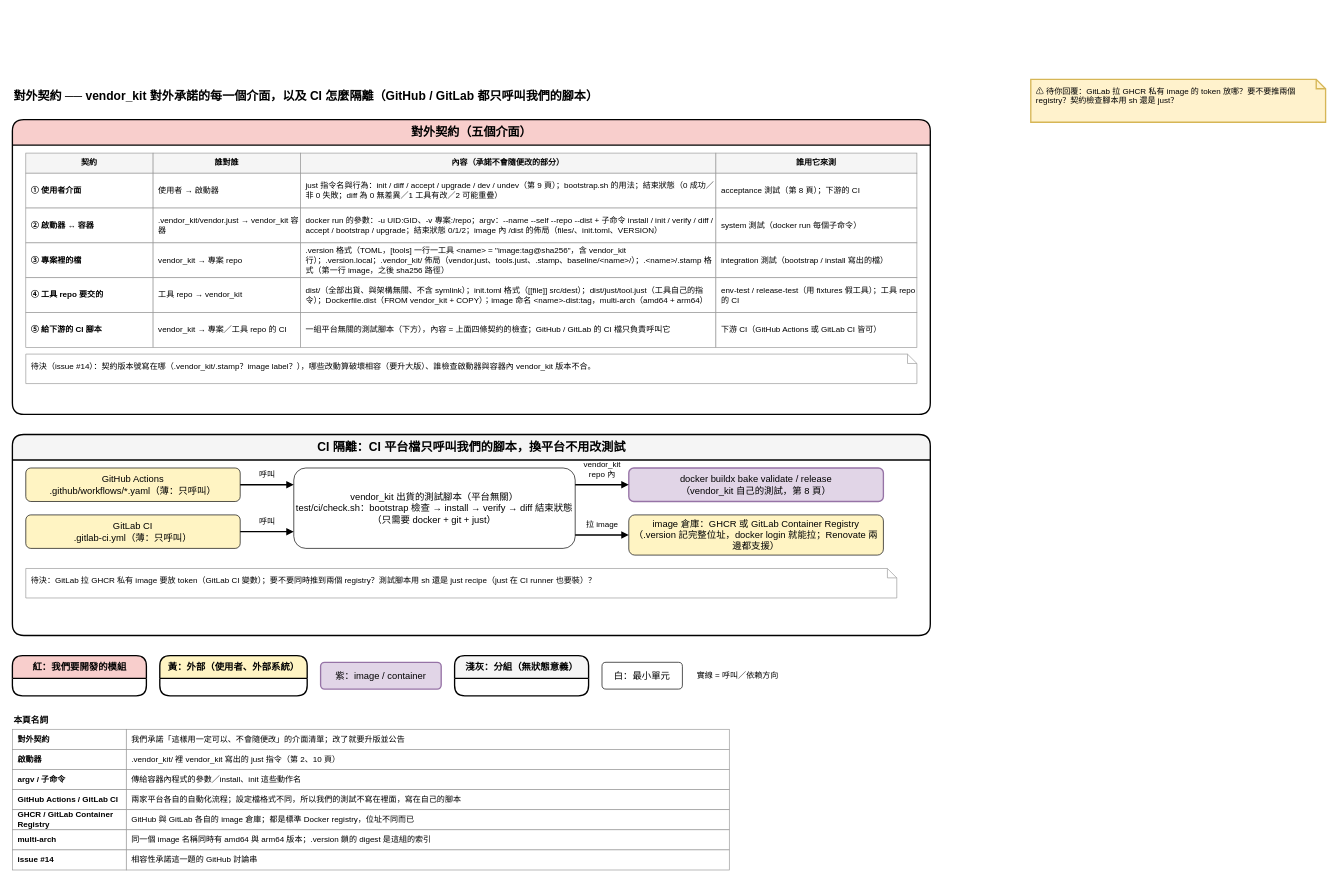
The draw.io diagram page "12. 對外契約與 CI 隔離" (12 of 12) of dist_distribution.drawio in ycpss91255-research/vendor_kit, before the edit. Source tidied: cells renumbered, new cells numbered last; positions are measured from the earlier drawing's top-left corner, leaving out a move shared by most shapes. Both pictures are drawn from the tidied source at 67%, with x=0, y=0 at pixel (12, 79).
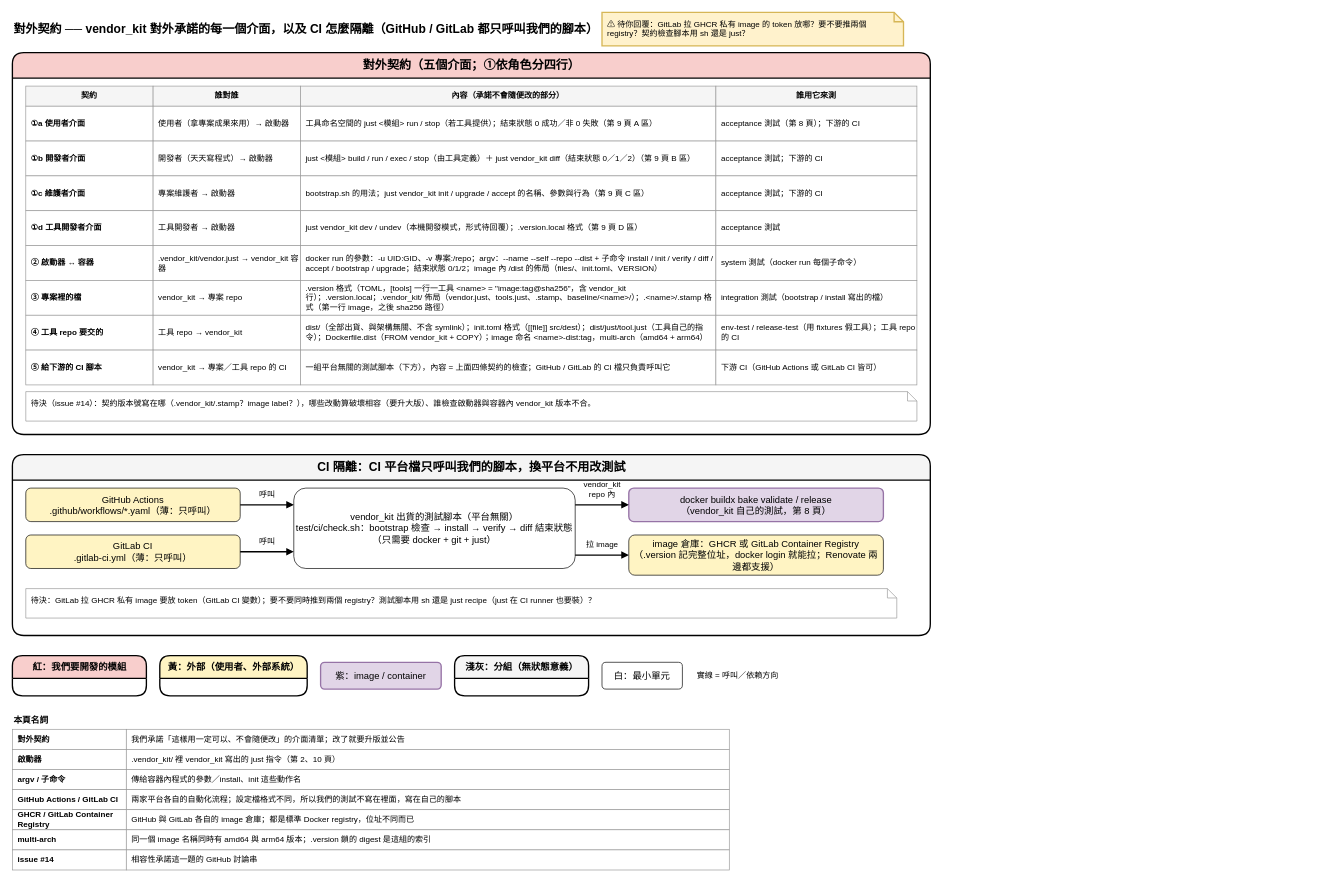
The same diagram, later.

What changed in the source:
```diff
@@
     <mxCell id="2" value="對外契約 ── vendor_kit 對外承諾的每一個介面，以及 CI 怎麼隔離（GitHub / GitLab 都只呼叫我們的腳本）" style="text;html=1;fontSize=18;fontStyle=1;align=left;verticalAlign=middle;" parent="1" vertex="1">
-      <mxGeometry y="10" width="1500" height="30" as="geometry" />
+      <mxGeometry y="-90" width="860" height="30" as="geometry" />
     </mxCell>
     <mxCell id="3" value="⚠ 待你回覆：GitLab 拉 GHCR 私有 image 的 token 放哪？要不要推兩個 registry？契約檢查腳本用 sh 還是 just？" style="shape=note;whiteSpace=wrap;html=1;size=14;fillColor=#fff2cc;strokeColor=#d6b656;strokeWidth=2;align=left;verticalAlign=top;spacingLeft=6;spacingTop=4;fontSize=12;" parent="1" vertex="1">
-      <mxGeometry x="1520" width="440" height="64" as="geometry" />
+      <mxGeometry x="880" y="-100" width="450" height="50" as="geometry" />
     </mxCell>
-    <mxCell id="4" value="對外契約（五個介面）" style="swimlane;html=1;rounded=1;startSize=38;fontStyle=1;fontSize=18;fillColor=#f8cecc;swimlaneFillColor=#ffffff;strokeColor=#000000;strokeWidth=2;" parent="1" vertex="1">
-      <mxGeometry y="60" width="1370" height="440" as="geometry" />
+    <mxCell id="4" value="對外契約（五個介面；①依角色分四行）" style="swimlane;html=1;rounded=1;startSize=38;fontStyle=1;fontSize=18;fillColor=#f8cecc;swimlaneFillColor=#ffffff;strokeColor=#000000;strokeWidth=2;" parent="1" vertex="1">
+      <mxGeometry y="-40" width="1370" height="570" as="geometry" />
     </mxCell>
@@
-    <mxCell id="9" value="① 使用者介面" style="rounded=0;whiteSpace=wrap;html=1;fillColor=#ffffff;strokeColor=#999999;fontSize=12;align=left;spacingLeft=6;strokeWidth=1;fontStyle=1;" parent="4" vertex="1">
+    <mxCell id="9" value="①a 使用者介面" style="rounded=0;whiteSpace=wrap;html=1;fillColor=#ffffff;strokeColor=#999999;fontSize=12;align=left;spacingLeft=6;strokeWidth=1;fontStyle=1;" parent="4" vertex="1">
       <mxGeometry x="20" y="80" width="190" height="52" as="geometry" />
     </mxCell>
-    <mxCell id="10" value="使用者 → 啟動器" style="rounded=0;whiteSpace=wrap;html=1;fillColor=#ffffff;strokeColor=#999999;fontSize=12;align=left;spacingLeft=6;strokeWidth=1;" parent="4" vertex="1">
+    <mxCell id="10" value="使用者（拿專案成果來用）→ 啟動器" style="rounded=0;whiteSpace=wrap;html=1;fillColor=#ffffff;strokeColor=#999999;fontSize=12;align=left;spacingLeft=6;strokeWidth=1;" parent="4" vertex="1">
       <mxGeometry x="210" y="80" width="220" height="52" as="geometry" />
     </mxCell>
-    <mxCell id="11" value="just 指令名與行為：init / diff / accept / upgrade / dev / undev（第 9 頁）；bootstrap.sh 的用法；結束狀態（0 成功／非 0 失敗；diff 為 0 無差異／1 工具有改／2 可能重疊）" style="rounded=0;whiteSpace=wrap;html=1;fillColor=#ffffff;strokeColor=#999999;fontSize=12;align=left;spacingLeft=6;strokeWidth=1;" parent="4" vertex="1">
+    <mxCell id="11" value="工具命名空間的 just &amp;lt;模組&amp;gt; run / stop（若工具提供）；結束狀態 0 成功／非 0 失敗（第 9 頁 A 區）" style="rounded=0;whiteSpace=wrap;html=1;fillColor=#ffffff;strokeColor=#999999;fontSize=12;align=left;spacingLeft=6;strokeWidth=1;" parent="4" vertex="1">
       <mxGeometry x="430" y="80" width="620" height="52" as="geometry" />
     </mxCell>
@@
-    <mxCell id="13" value="② 啟動器 ↔ 容器" style="rounded=0;whiteSpace=wrap;html=1;fillColor=#ffffff;strokeColor=#999999;fontSize=12;align=left;spacingLeft=6;strokeWidth=1;fontStyle=1;" parent="4" vertex="1">
+    <mxCell id="13" value="①b 開發者介面" style="rounded=0;whiteSpace=wrap;html=1;fillColor=#ffffff;strokeColor=#999999;fontSize=12;align=left;spacingLeft=6;strokeWidth=1;fontStyle=1;" parent="4" vertex="1">
       <mxGeometry x="20" y="132" width="190" height="52" as="geometry" />
     </mxCell>
-    <mxCell id="14" value=".vendor_kit/vendor.just → vendor_kit 容器" style="rounded=0;whiteSpace=wrap;html=1;fillColor=#ffffff;strokeColor=#999999;fontSize=12;align=left;spacingLeft=6;strokeWidth=1;" parent="4" vertex="1">
+    <mxCell id="14" value="開發者（天天寫程式）→ 啟動器" style="rounded=0;whiteSpace=wrap;html=1;fillColor=#ffffff;strokeColor=#999999;fontSize=12;align=left;spacingLeft=6;strokeWidth=1;" parent="4" vertex="1">
       <mxGeometry x="210" y="132" width="220" height="52" as="geometry" />
     </mxCell>
-    <mxCell id="15" value="docker run 的參數：-u UID:GID、-v 專案:/repo；argv：--name --self --repo --dist + 子命令 install / init / verify / diff / accept / bootstrap / upgrade；結束狀態 0/1/2；image 內 /dist 的佈局（files/、init.toml、VERSION）" style="rounded=0;whiteSpace=wrap;html=1;fillColor=#ffffff;strokeColor=#999999;fontSize=12;align=left;spacingLeft=6;strokeWidth=1;" parent="4" vertex="1">
+    <mxCell id="15" value="just &amp;lt;模組&amp;gt; build / run / exec / stop（由工具定義）＋ just vendor_kit diff（結束狀態 0／1／2）（第 9 頁 B 區）" style="rounded=0;whiteSpace=wrap;html=1;fillColor=#ffffff;strokeColor=#999999;fontSize=12;align=left;spacingLeft=6;strokeWidth=1;" parent="4" vertex="1">
       <mxGeometry x="430" y="132" width="620" height="52" as="geometry" />
     </mxCell>
-    <mxCell id="16" value="system 測試（docker run 每個子命令）" style="rounded=0;whiteSpace=wrap;html=1;fillColor=#ffffff;strokeColor=#999999;fontSize=12;align=left;spacingLeft=6;strokeWidth=1;" parent="4" vertex="1">
+    <mxCell id="16" value="acceptance 測試；下游的 CI" style="rounded=0;whiteSpace=wrap;html=1;fillColor=#ffffff;strokeColor=#999999;fontSize=12;align=left;spacingLeft=6;strokeWidth=1;" parent="4" vertex="1">
       <mxGeometry x="1050" y="132" width="300" height="52" as="geometry" />
     </mxCell>
-    <mxCell id="17" value="③ 專案裡的檔" style="rounded=0;whiteSpace=wrap;html=1;fillColor=#ffffff;strokeColor=#999999;fontSize=12;align=left;spacingLeft=6;strokeWidth=1;fontStyle=1;" parent="4" vertex="1">
+    <mxCell id="17" value="①c 維護者介面" style="rounded=0;whiteSpace=wrap;html=1;fillColor=#ffffff;strokeColor=#999999;fontSize=12;align=left;spacingLeft=6;strokeWidth=1;fontStyle=1;" parent="4" vertex="1">
       <mxGeometry x="20" y="184" width="190" height="52" as="geometry" />
     </mxCell>
-    <mxCell id="18" value="vendor_kit → 專案 repo" style="rounded=0;whiteSpace=wrap;html=1;fillColor=#ffffff;strokeColor=#999999;fontSize=12;align=left;spacingLeft=6;strokeWidth=1;" parent="4" vertex="1">
+    <mxCell id="18" value="專案維護者 → 啟動器" style="rounded=0;whiteSpace=wrap;html=1;fillColor=#ffffff;strokeColor=#999999;fontSize=12;align=left;spacingLeft=6;strokeWidth=1;" parent="4" vertex="1">
       <mxGeometry x="210" y="184" width="220" height="52" as="geometry" />
     </mxCell>
-    <mxCell id="19" value=".version 格式（TOML，[tools] 一行一工具 &amp;lt;name&amp;gt; = &quot;image:tag@sha256&quot;，含 vendor_kit 行）；.version.local；.vendor_kit/ 佈局（vendor.just、tools.just、.stamp、baseline/&amp;lt;name&amp;gt;/）；.&amp;lt;name&amp;gt;/.stamp 格式（第一行 image，之後 sha256 路徑）" style="rounded=0;whiteSpace=wrap;html=1;fillColor=#ffffff;strokeColor=#999999;fontSize=12;align=left;spacingLeft=6;strokeWidth=1;" parent="4" vertex="1">
+    <mxCell id="19" value="bootstrap.sh 的用法；just vendor_kit init / upgrade / accept 的名稱、參數與行為（第 9 頁 C 區）" style="rounded=0;whiteSpace=wrap;html=1;fillColor=#ffffff;strokeColor=#999999;fontSize=12;align=left;spacingLeft=6;strokeWidth=1;" parent="4" vertex="1">
       <mxGeometry x="430" y="184" width="620" height="52" as="geometry" />
     </mxCell>
-    <mxCell id="20" value="integration 測試（bootstrap / install 寫出的檔）" style="rounded=0;whiteSpace=wrap;html=1;fillColor=#ffffff;strokeColor=#999999;fontSize=12;align=left;spacingLeft=6;strokeWidth=1;" parent="4" vertex="1">
+    <mxCell id="20" value="acceptance 測試；下游的 CI" style="rounded=0;whiteSpace=wrap;html=1;fillColor=#ffffff;strokeColor=#999999;fontSize=12;align=left;spacingLeft=6;strokeWidth=1;" parent="4" vertex="1">
       <mxGeometry x="1050" y="184" width="300" height="52" as="geometry" />
     </mxCell>
-    <mxCell id="21" value="④ 工具 repo 要交的" style="rounded=0;whiteSpace=wrap;html=1;fillColor=#ffffff;strokeColor=#999999;fontSize=12;align=left;spacingLeft=6;strokeWidth=1;fontStyle=1;" parent="4" vertex="1">
+    <mxCell id="21" value="①d 工具開發者介面" style="rounded=0;whiteSpace=wrap;html=1;fillColor=#ffffff;strokeColor=#999999;fontSize=12;align=left;spacingLeft=6;strokeWidth=1;fontStyle=1;" parent="4" vertex="1">
       <mxGeometry x="20" y="236" width="190" height="52" as="geometry" />
     </mxCell>
-    <mxCell id="22" value="工具 repo → vendor_kit" style="rounded=0;whiteSpace=wrap;html=1;fillColor=#ffffff;strokeColor=#999999;fontSize=12;align=left;spacingLeft=6;strokeWidth=1;" parent="4" vertex="1">
+    <mxCell id="22" value="工具開發者 → 啟動器" style="rounded=0;whiteSpace=wrap;html=1;fillColor=#ffffff;strokeColor=#999999;fontSize=12;align=left;spacingLeft=6;strokeWidth=1;" parent="4" vertex="1">
       <mxGeometry x="210" y="236" width="220" height="52" as="geometry" />
     </mxCell>
-    <mxCell id="23" value="dist/（全部出貨、與架構無關、不含 symlink）；init.toml 格式（[[file]] src/dest）；dist/just/tool.just（工具自己的指令）；Dockerfile.dist（FROM vendor_kit + COPY）；image 命名 &amp;lt;name&amp;gt;-dist:tag，multi-arch（amd64 + arm64）" style="rounded=0;whiteSpace=wrap;html=1;fillColor=#ffffff;strokeColor=#999999;fontSize=12;align=left;spacingLeft=6;strokeWidth=1;" parent="4" vertex="1">
+    <mxCell id="23" value="just vendor_kit dev / undev（本機開發模式，形式待回覆）；.version.local 格式（第 9 頁 D 區）" style="rounded=0;whiteSpace=wrap;html=1;fillColor=#ffffff;strokeColor=#999999;fontSize=12;align=left;spacingLeft=6;strokeWidth=1;" parent="4" vertex="1">
       <mxGeometry x="430" y="236" width="620" height="52" as="geometry" />
     </mxCell>
-    <mxCell id="24" value="env-test / release-test（用 fixtures 假工具）；工具 repo 的 CI" style="rounded=0;whiteSpace=wrap;html=1;fillColor=#ffffff;strokeColor=#999999;fontSize=12;align=left;spacingLeft=6;strokeWidth=1;" parent="4" vertex="1">
+    <mxCell id="24" value="acceptance 測試" style="rounded=0;whiteSpace=wrap;html=1;fillColor=#ffffff;strokeColor=#999999;fontSize=12;align=left;spacingLeft=6;strokeWidth=1;" parent="4" vertex="1">
       <mxGeometry x="1050" y="236" width="300" height="52" as="geometry" />
     </mxCell>
-    <mxCell id="25" value="⑤ 給下游的 CI 腳本" style="rounded=0;whiteSpace=wrap;html=1;fillColor=#ffffff;strokeColor=#999999;fontSize=12;align=left;spacingLeft=6;strokeWidth=1;fontStyle=1;" parent="4" vertex="1">
+    <mxCell id="25" value="② 啟動器 ↔ 容器" style="rounded=0;whiteSpace=wrap;html=1;fillColor=#ffffff;strokeColor=#999999;fontSize=12;align=left;spacingLeft=6;strokeWidth=1;fontStyle=1;" parent="4" vertex="1">
       <mxGeometry x="20" y="288" width="190" height="52" as="geometry" />
     </mxCell>
-    <mxCell id="26" value="vendor_kit → 專案／工具 repo 的 CI" style="rounded=0;whiteSpace=wrap;html=1;fillColor=#ffffff;strokeColor=#999999;fontSize=12;align=left;spacingLeft=6;strokeWidth=1;" parent="4" vertex="1">
+    <mxCell id="26" value=".vendor_kit/vendor.just → vendor_kit 容器" style="rounded=0;whiteSpace=wrap;html=1;fillColor=#ffffff;strokeColor=#999999;fontSize=12;align=left;spacingLeft=6;strokeWidth=1;" parent="4" vertex="1">
       <mxGeometry x="210" y="288" width="220" height="52" as="geometry" />
     </mxCell>
-    <mxCell id="27" value="一組平台無關的測試腳本（下方），內容 = 上面四條契約的檢查；GitHub / GitLab 的 CI 檔只負責呼叫它" style="rounded=0;whiteSpace=wrap;html=1;fillColor=#ffffff;strokeColor=#999999;fontSize=12;align=left;spacingLeft=6;strokeWidth=1;" parent="4" vertex="1">
+    <mxCell id="27" value="docker run 的參數：-u UID:GID、-v 專案:/repo；argv：--name --self --repo --dist + 子命令 install / init / verify / diff / accept / bootstrap / upgrade；結束狀態 0/1/2；image 內 /dist 的佈局（files/、init.toml、VERSION）" style="rounded=0;whiteSpace=wrap;html=1;fillColor=#ffffff;strokeColor=#999999;fontSize=12;align=left;spacingLeft=6;strokeWidth=1;" parent="4" vertex="1">
       <mxGeometry x="430" y="288" width="620" height="52" as="geometry" />
     </mxCell>
-    <mxCell id="28" value="下游 CI（GitHub Actions 或 GitLab CI 皆可）" style="rounded=0;whiteSpace=wrap;html=1;fillColor=#ffffff;strokeColor=#999999;fontSize=12;align=left;spacingLeft=6;strokeWidth=1;" parent="4" vertex="1">
+    <mxCell id="28" value="system 測試（docker run 每個子命令）" style="rounded=0;whiteSpace=wrap;html=1;fillColor=#ffffff;strokeColor=#999999;fontSize=12;align=left;spacingLeft=6;strokeWidth=1;" parent="4" vertex="1">
       <mxGeometry x="1050" y="288" width="300" height="52" as="geometry" />
     </mxCell>
+    <mxCell id="62" value="③ 專案裡的檔" style="rounded=0;whiteSpace=wrap;html=1;fillColor=#ffffff;strokeColor=#999999;fontSize=12;align=left;spacingLeft=6;strokeWidth=1;fontStyle=1;" parent="4" vertex="1">
+      <mxGeometry x="20" y="340" width="190" height="52" as="geometry" />
+    </mxCell>
+    <mxCell id="63" value="vendor_kit → 專案 repo" style="rounded=0;whiteSpace=wrap;html=1;fillColor=#ffffff;strokeColor=#999999;fontSize=12;align=left;spacingLeft=6;strokeWidth=1;" parent="4" vertex="1">
+      <mxGeometry x="210" y="340" width="220" height="52" as="geometry" />
+    </mxCell>
+    <mxCell id="64" value=".version 格式（TOML，[tools] 一行一工具 &amp;lt;name&amp;gt; = &quot;image:tag@sha256&quot;，含 vendor_kit 行）；.version.local；.vendor_kit/ 佈局（vendor.just、tools.just、.stamp、baseline/&amp;lt;name&amp;gt;/）；.&amp;lt;name&amp;gt;/.stamp 格式（第一行 image，之後 sha256 路徑）" style="rounded=0;whiteSpace=wrap;html=1;fillColor=#ffffff;strokeColor=#999999;fontSize=12;align=left;spacingLeft=6;strokeWidth=1;" parent="4" vertex="1">
+      <mxGeometry x="430" y="340" width="620" height="52" as="geometry" />
+    </mxCell>
+    <mxCell id="65" value="integration 測試（bootstrap / install 寫出的檔）" style="rounded=0;whiteSpace=wrap;html=1;fillColor=#ffffff;strokeColor=#999999;fontSize=12;align=left;spacingLeft=6;strokeWidth=1;" parent="4" vertex="1">
+      <mxGeometry x="1050" y="340" width="300" height="52" as="geometry" />
+    </mxCell>
+    <mxCell id="66" value="④ 工具 repo 要交的" style="rounded=0;whiteSpace=wrap;html=1;fillColor=#ffffff;strokeColor=#999999;fontSize=12;align=left;spacingLeft=6;strokeWidth=1;fontStyle=1;" parent="4" vertex="1">
+      <mxGeometry x="20" y="392" width="190" height="52" as="geometry" />
+    </mxCell>
+    <mxCell id="67" value="工具 repo → vendor_kit" style="rounded=0;whiteSpace=wrap;html=1;fillColor=#ffffff;strokeColor=#999999;fontSize=12;align=left;spacingLeft=6;strokeWidth=1;" parent="4" vertex="1">
+      <mxGeometry x="210" y="392" width="220" height="52" as="geometry" />
+    </mxCell>
+    <mxCell id="68" value="dist/（全部出貨、與架構無關、不含 symlink）；init.toml 格式（[[file]] src/dest）；dist/just/tool.just（工具自己的指令）；Dockerfile.dist（FROM vendor_kit + COPY）；image 命名 &amp;lt;name&amp;gt;-dist:tag，multi-arch（amd64 + arm64）" style="rounded=0;whiteSpace=wrap;html=1;fillColor=#ffffff;strokeColor=#999999;fontSize=12;align=left;spacingLeft=6;strokeWidth=1;" parent="4" vertex="1">
+      <mxGeometry x="430" y="392" width="620" height="52" as="geometry" />
+    </mxCell>
+    <mxCell id="69" value="env-test / release-test（用 fixtures 假工具）；工具 repo 的 CI" style="rounded=0;whiteSpace=wrap;html=1;fillColor=#ffffff;strokeColor=#999999;fontSize=12;align=left;spacingLeft=6;strokeWidth=1;" parent="4" vertex="1">
+      <mxGeometry x="1050" y="392" width="300" height="52" as="geometry" />
+    </mxCell>
+    <mxCell id="70" value="⑤ 給下游的 CI 腳本" style="rounded=0;whiteSpace=wrap;html=1;fillColor=#ffffff;strokeColor=#999999;fontSize=12;align=left;spacingLeft=6;strokeWidth=1;fontStyle=1;" parent="4" vertex="1">
+      <mxGeometry x="20" y="444" width="190" height="52" as="geometry" />
+    </mxCell>
+    <mxCell id="71" value="vendor_kit → 專案／工具 repo 的 CI" style="rounded=0;whiteSpace=wrap;html=1;fillColor=#ffffff;strokeColor=#999999;fontSize=12;align=left;spacingLeft=6;strokeWidth=1;" parent="4" vertex="1">
+      <mxGeometry x="210" y="444" width="220" height="52" as="geometry" />
+    </mxCell>
+    <mxCell id="72" value="一組平台無關的測試腳本（下方），內容 = 上面四條契約的檢查；GitHub / GitLab 的 CI 檔只負責呼叫它" style="rounded=0;whiteSpace=wrap;html=1;fillColor=#ffffff;strokeColor=#999999;fontSize=12;align=left;spacingLeft=6;strokeWidth=1;" parent="4" vertex="1">
+      <mxGeometry x="430" y="444" width="620" height="52" as="geometry" />
+    </mxCell>
+    <mxCell id="73" value="下游 CI（GitHub Actions 或 GitLab CI 皆可）" style="rounded=0;whiteSpace=wrap;html=1;fillColor=#ffffff;strokeColor=#999999;fontSize=12;align=left;spacingLeft=6;strokeWidth=1;" parent="4" vertex="1">
+      <mxGeometry x="1050" y="444" width="300" height="52" as="geometry" />
+    </mxCell>
     <mxCell id="29" value="待決（issue #14）：契約版本號寫在哪（.vendor_kit/.stamp？image label？），哪些改動算破壞相容（要升大版）、誰檢查啟動器與容器內 vendor_kit 版本不合。" style="shape=note;whiteSpace=wrap;html=1;size=14;fillColor=#ffffff;strokeColor=#999999;align=left;verticalAlign=top;spacingLeft=6;spacingTop=4;fontSize=12;" parent="4" vertex="1">
-      <mxGeometry x="20" y="350" width="1330" height="44" as="geometry" />
+      <mxGeometry x="20" y="506" width="1330" height="44" as="geometry" />
     </mxCell>
     <mxCell id="30" value="CI 隔離：CI 平台檔只呼叫我們的腳本，換平台不用改測試" style="swimlane;html=1;rounded=1;startSize=38;fontStyle=1;fontSize=18;fillColor=#f5f5f5;swimlaneFillColor=#ffffff;strokeColor=#000000;strokeWidth=2;" parent="1" vertex="1">
-      <mxGeometry y="530" width="1370" height="300" as="geometry" />
+      <mxGeometry y="560" width="1370" height="270" as="geometry" />
     </mxCell>
```
